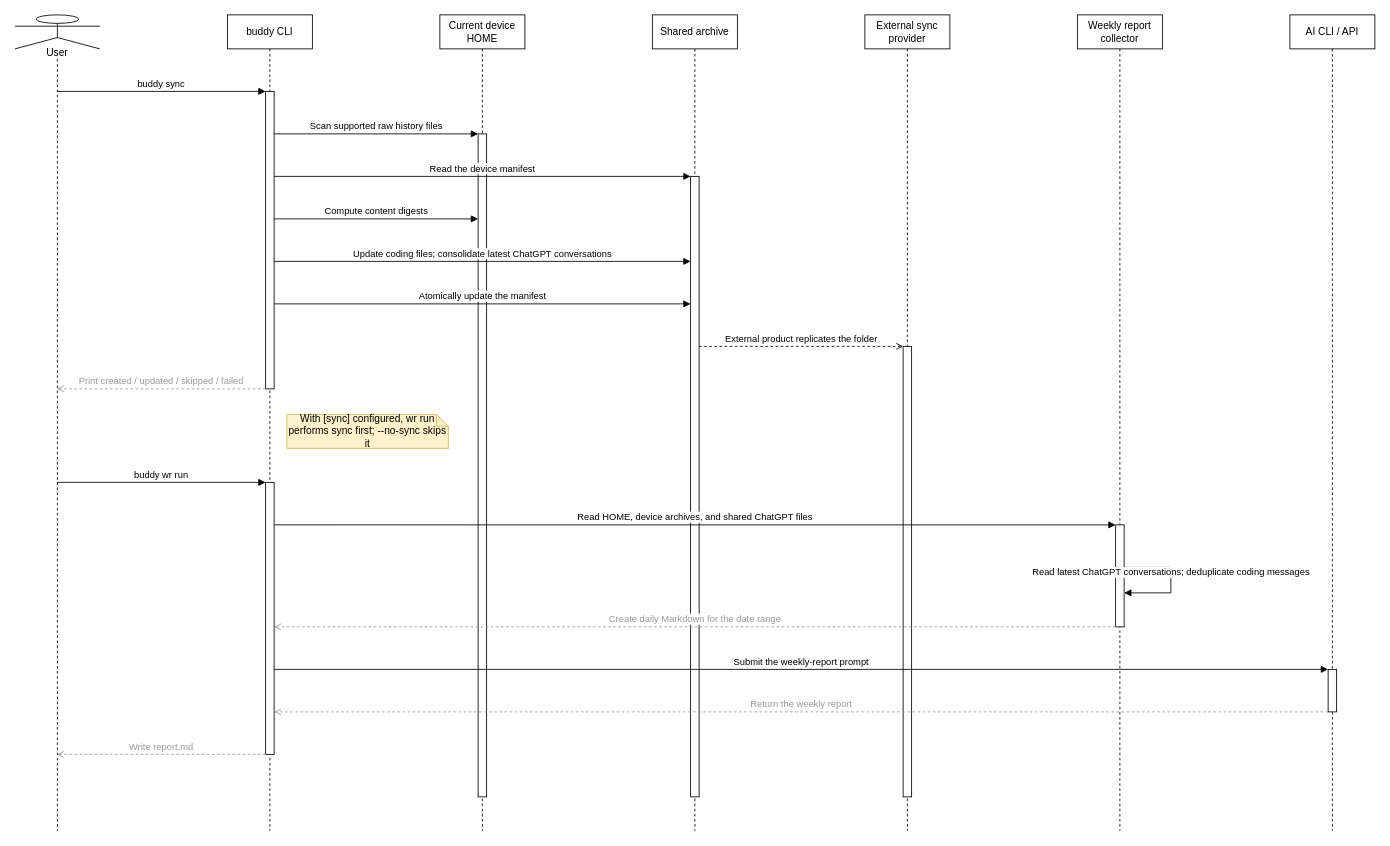
Earlier version of the draw.io diagram docs/buddy-sync-sequence.drawio (Zhaoyilunnn/guarded-buddy). Source tidied: cells renumbered, new cells numbered last; positions are measured from the earlier drawing's top-left corner, leaving out a move shared by most shapes. Both pictures are drawn from the tidied source at 85%, with x=0, y=0 at pixel (14, 14).
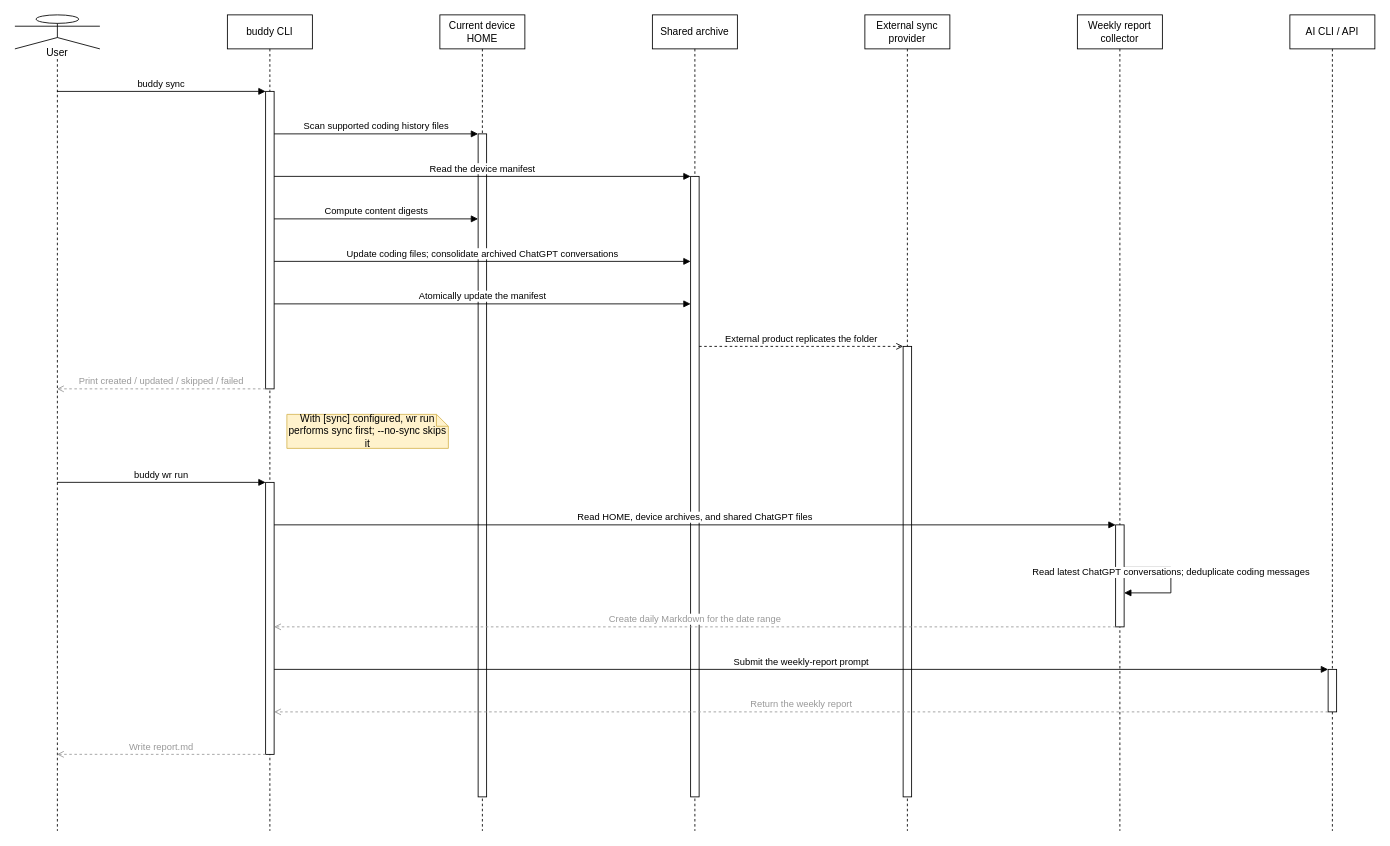
The same diagram, later.

Commit message (it also covers changes not shown here):
Preserve local ChatGPT snapshots during archive sync

Unchanged cells that the change refers to:
```xml
<mxCell id="9" style="html=1;points=[];perimeter=orthogonalPerimeter;outlineConnect=0;fillColor=#ffffff;" parent="3" vertex="1">
  <mxGeometry x="45" y="90" width="10" height="350" as="geometry" />
</mxCell>
<mxCell id="13" style="html=1;points=[];perimeter=orthogonalPerimeter;outlineConnect=0;fillColor=#ffffff;" parent="4" vertex="1">
  <mxGeometry x="45" y="140" width="10" height="780" as="geometry" />
</mxCell>
<mxCell id="14" style="html=1;points=[];perimeter=orthogonalPerimeter;outlineConnect=0;fillColor=#ffffff;" parent="5" vertex="1">
  <mxGeometry x="45" y="190" width="10" height="730" as="geometry" />
</mxCell>
```

The edit, as a diff of the source:
```diff
@@
-    <mxCell id="17" value="Scan supported raw history files" style="html=1;verticalAlign=bottom;endArrow=block;curved=0;rounded=0;exitX=1;exitY=0.1429;entryX=0;entryY=0.0;" parent="1" edge="1" source="9" target="13">
+    <mxCell id="17" value="Scan supported coding history files" style="html=1;verticalAlign=bottom;endArrow=block;curved=0;rounded=0;exitX=1;exitY=0.1429;entryX=0;entryY=0.0;" parent="1" edge="1" source="9" target="13">
       <mxGeometry relative="1" as="geometry" />
     </mxCell>
@@
-    <mxCell id="20" value="Update coding files; consolidate latest ChatGPT conversations" style="html=1;verticalAlign=bottom;endArrow=block;curved=0;rounded=0;exitX=1;exitY=0.5714;entryX=0;entryY=0.137;" parent="1" edge="1" source="9" target="14">
+    <mxCell id="20" value="Update coding files; consolidate archived ChatGPT conversations" style="html=1;verticalAlign=bottom;endArrow=block;curved=0;rounded=0;exitX=1;exitY=0.5714;entryX=0;entryY=0.137;" parent="1" edge="1" source="9" target="14">
       <mxGeometry relative="1" as="geometry" />
     </mxCell>
```
